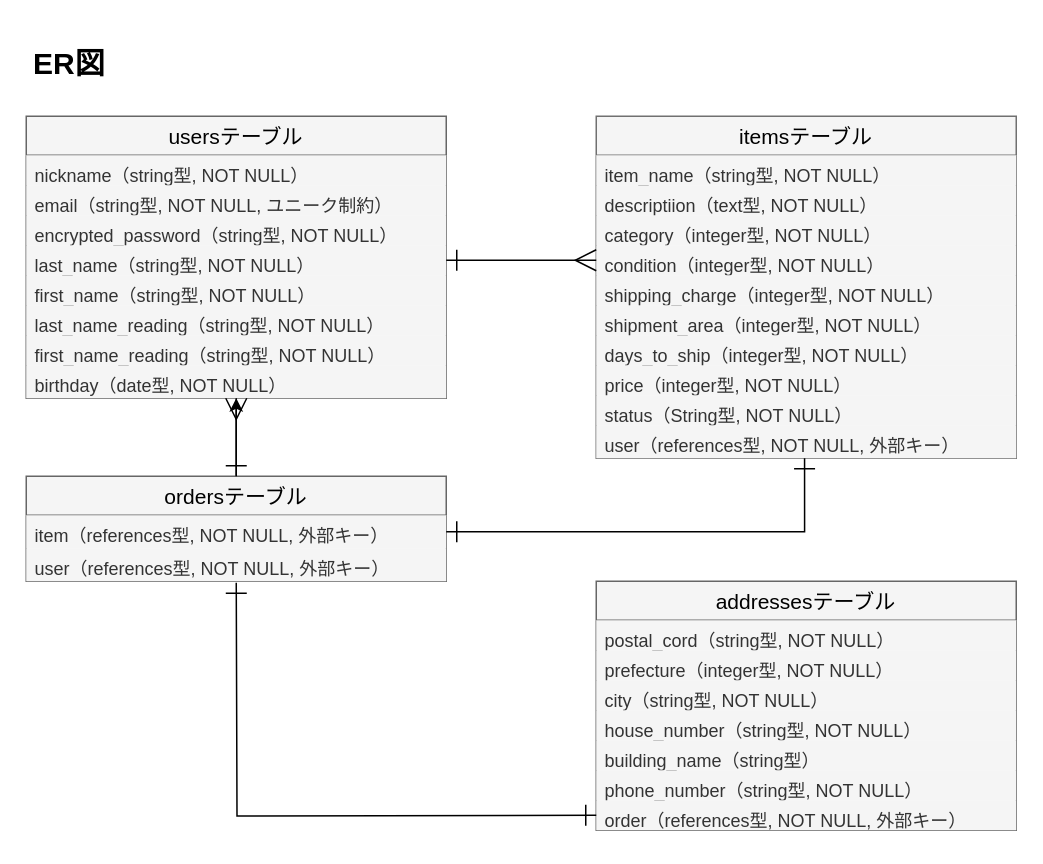
Above: test.dio in yassboss/furima-37030 (draw.io), before the change. Source tidied: cells renumbered, new cells numbered last; positions are measured from the earlier drawing's top-left corner, leaving out a move shared by most shapes. Both pictures are drawn from the tidied source at 150%, with x=0, y=0 at pixel (26, 40).
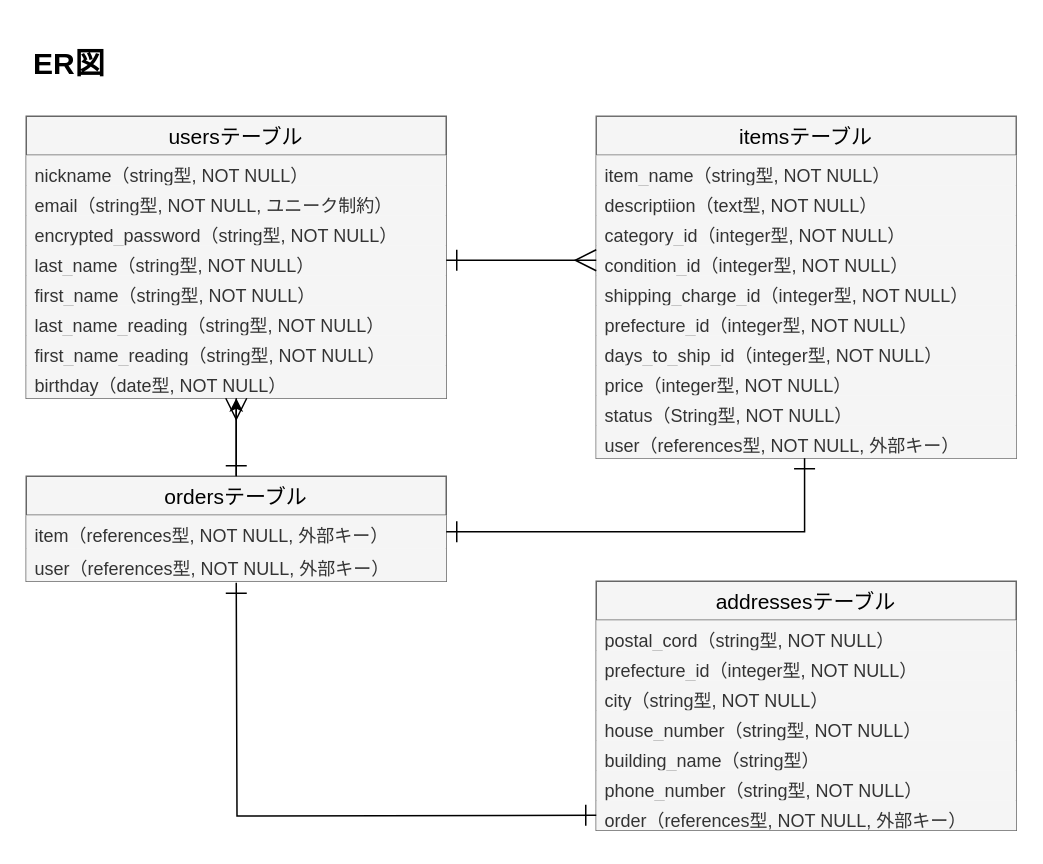
Above is the later version.

Commit message (it also covers changes not shown here):
データベース設計修正

The change refers to these unchanged cells:
```xml
<mxCell id="2" value="itemsテーブル" style="swimlane;fontStyle=0;horizontal=1;startSize=26;align=center;fontSize=14;fillColor=#f5f5f5;strokeColor=#707070;fontColor=#000000;" parent="1" vertex="1">
  <mxGeometry x="380" y="50" width="280" height="228" as="geometry" />
</mxCell>
<mxCell id="26" value="addressesテーブル" style="swimlane;fontStyle=0;horizontal=1;startSize=26;align=center;fontSize=14;fillColor=#f5f5f5;strokeColor=#666666;fontColor=#000000;" parent="1" vertex="1">
  <mxGeometry x="380" y="360" width="280" height="166" as="geometry" />
</mxCell>
```

What changed in the source:
```diff
@@
-    <mxCell id="5" value="category（integer型, NOT NULL）" style="text;spacingLeft=4;spacingRight=4;overflow=hidden;fontSize=12;fillColor=#f5f5f5;fontColor=#333333;" parent="2" vertex="1">
+    <mxCell id="5" value="category_id（integer型, NOT NULL）" style="text;spacingLeft=4;spacingRight=4;overflow=hidden;fontSize=12;fillColor=#f5f5f5;fontColor=#333333;" parent="2" vertex="1">
       <mxGeometry y="66" width="280" height="20" as="geometry" />
     </mxCell>
-    <mxCell id="6" value="condition（integer型, NOT NULL）" style="text;spacingLeft=4;spacingRight=4;overflow=hidden;points=[[0,0.5],[1,0.5]];portConstraint=eastwest;fontSize=12;fillColor=#f5f5f5;fontColor=#333333;" parent="2" vertex="1">
+    <mxCell id="6" value="condition_id（integer型, NOT NULL）" style="text;spacingLeft=4;spacingRight=4;overflow=hidden;points=[[0,0.5],[1,0.5]];portConstraint=eastwest;fontSize=12;fillColor=#f5f5f5;fontColor=#333333;" parent="2" vertex="1">
       <mxGeometry y="86" width="280" height="20" as="geometry" />
     </mxCell>
-    <mxCell id="7" value="shipping_charge（integer型, NOT NULL）" style="text;fillColor=#f5f5f5;spacingLeft=4;spacingRight=4;overflow=hidden;fontSize=12;fontColor=#333333;" parent="2" vertex="1">
+    <mxCell id="7" value="shipping_charge_id（integer型, NOT NULL）" style="text;fillColor=#f5f5f5;spacingLeft=4;spacingRight=4;overflow=hidden;fontSize=12;fontColor=#333333;" parent="2" vertex="1">
       <mxGeometry y="106" width="280" height="20" as="geometry" />
     </mxCell>
-    <mxCell id="8" value="shipment_area（integer型, NOT NULL）" style="text;fillColor=#f5f5f5;spacingLeft=4;spacingRight=4;overflow=hidden;fontSize=12;fontColor=#333333;" parent="2" vertex="1">
+    <mxCell id="8" value="prefecture_id（integer型, NOT NULL）" style="text;fillColor=#f5f5f5;spacingLeft=4;spacingRight=4;overflow=hidden;fontSize=12;fontColor=#333333;" parent="2" vertex="1">
       <mxGeometry y="126" width="280" height="20" as="geometry" />
     </mxCell>
-    <mxCell id="9" value="days_to_ship（integer型, NOT NULL）" style="text;fillColor=#f5f5f5;spacingLeft=4;spacingRight=4;overflow=hidden;fontSize=12;fontColor=#333333;" parent="2" vertex="1">
+    <mxCell id="9" value="days_to_ship_id（integer型, NOT NULL）" style="text;fillColor=#f5f5f5;spacingLeft=4;spacingRight=4;overflow=hidden;fontSize=12;fontColor=#333333;" parent="2" vertex="1">
       <mxGeometry y="146" width="280" height="20" as="geometry" />
     </mxCell>
@@
-    <mxCell id="28" value="prefecture（integer型, NOT NULL）" style="text;fillColor=#f5f5f5;spacingLeft=4;spacingRight=4;overflow=hidden;fontSize=12;fontColor=#333333;" parent="26" vertex="1">
+    <mxCell id="28" value="prefecture_id（integer型, NOT NULL）" style="text;fillColor=#f5f5f5;spacingLeft=4;spacingRight=4;overflow=hidden;fontSize=12;fontColor=#333333;" parent="26" vertex="1">
       <mxGeometry y="46" width="280" height="20" as="geometry" />
     </mxCell>
```
